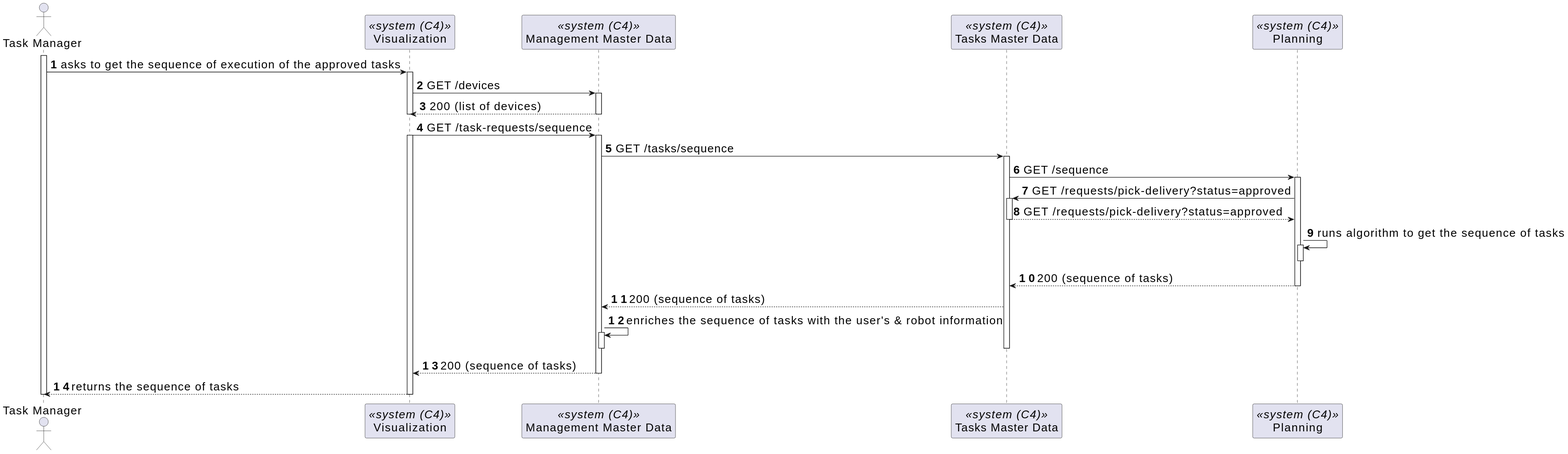
The PlantUML diagram _wiki/sprint-c/us-500/views/level-2/assets/process-view.svg in miseEnPlace-dev/lapr5, before a commit. The source it was exported from:
```plantuml
@startuml
skinparamlocked defaultFontSize 20
autonumber
actor TM as "Task Manager"
participant UI as "Visualization" <<system (C4)>>
participant MMD as "Management Master Data" <<system (C4)>>
participant TMD as "Tasks Master Data" <<system (C4)>>
participant P as "Planning" <<system (C4)>>

activate TM

TM -> UI : asks to get the sequence of execution of the approved tasks
activate UI

UI -> MMD : GET /devices
activate MMD
MMD --> UI : 200 (list of devices)
deactivate MMD
deactivate UI

UI -> MMD : GET /task-requests/sequence
activate UI
activate MMD
MMD -> TMD : GET /tasks/sequence
activate TMD
TMD -> P : GET /sequence
activate P
P -> TMD : GET /requests/pick-delivery?status=approved
activate TMD
TMD --> P : GET /requests/pick-delivery?status=approved
deactivate TMD
P -> P : runs algorithm to get the sequence of tasks
activate P
deactivate P
P --> TMD : 200 (sequence of tasks)
deactivate P
TMD --> MMD : 200 (sequence of tasks)
MMD -> MMD : enriches the sequence of tasks with the user's & robot information
activate MMD
deactivate MMD
deactivate TMD
MMD --> UI : 200 (sequence of tasks)
deactivate MMD

TM <-- UI : returns the sequence of tasks
deactivate UI

deactivate TM
@enduml
```
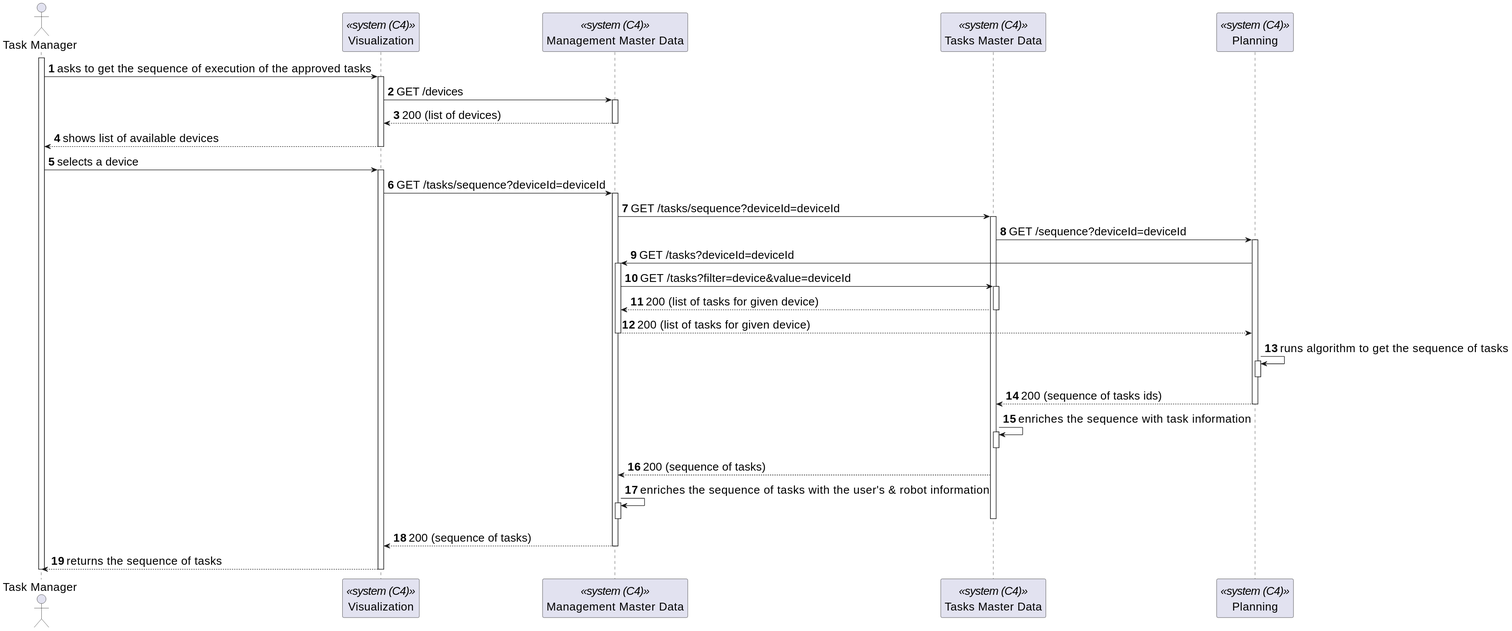
The same diagram one commit later.

Change to the diagram source:
```diff
@@ -3,7 +3,7 @@
 autonumber
 actor TM as "Task Manager"
 participant UI as "Visualization" <<system (C4)>>
-participant MMD as "Management Master Data" <<system (C4)>>
+participant MDM as "Management Master Data" <<system (C4)>>
 participant TMD as "Tasks Master Data" <<system (C4)>>
 participant P as "Planning" <<system (C4)>>
 
@@ -12,35 +12,44 @@
 TM -> UI : asks to get the sequence of execution of the approved tasks
 activate UI
 
-UI -> MMD : GET /devices
-activate MMD
-MMD --> UI : 200 (list of devices)
-deactivate MMD
+UI -> MDM : GET /devices
+activate MDM
+MDM --> UI : 200 (list of devices)
+deactivate MDM
+UI --> TM : shows list of available devices
 deactivate UI
 
-UI -> MMD : GET /task-requests/sequence
+TM -> UI : selects a device
 activate UI
-activate MMD
-MMD -> TMD : GET /tasks/sequence
+UI -> MDM : GET /tasks/sequence?deviceId=deviceId
+activate MDM
+MDM -> TMD : GET /tasks/sequence?deviceId=deviceId
 activate TMD
-TMD -> P : GET /sequence
+TMD -> P : GET /sequence?deviceId=deviceId
 activate P
-P -> TMD : GET /requests/pick-delivery?status=approved
+P -> MDM : GET /tasks?deviceId=deviceId
+activate MDM
+MDM -> TMD : GET /tasks?filter=device&value=deviceId
 activate TMD
-TMD --> P : GET /requests/pick-delivery?status=approved
+TMD --> MDM : 200 (list of tasks for given device)
 deactivate TMD
+MDM --> P : 200 (list of tasks for given device)
+deactivate MDM
 P -> P : runs algorithm to get the sequence of tasks
 activate P
 deactivate P
-P --> TMD : 200 (sequence of tasks)
+P --> TMD : 200 (sequence of tasks ids)
 deactivate P
-TMD --> MMD : 200 (sequence of tasks)
-MMD -> MMD : enriches the sequence of tasks with the user's & robot information
-activate MMD
-deactivate MMD
+TMD -> TMD : enriches the sequence with task information
+activate TMD
 deactivate TMD
-MMD --> UI : 200 (sequence of tasks)
-deactivate MMD
+TMD --> MDM : 200 (sequence of tasks)
+MDM -> MDM : enriches the sequence of tasks with the user's & robot information
+activate MDM
+deactivate MDM
+deactivate TMD
+MDM --> UI : 200 (sequence of tasks)
+deactivate MDM
 
 TM <-- UI : returns the sequence of tasks
 deactivate UI
```
